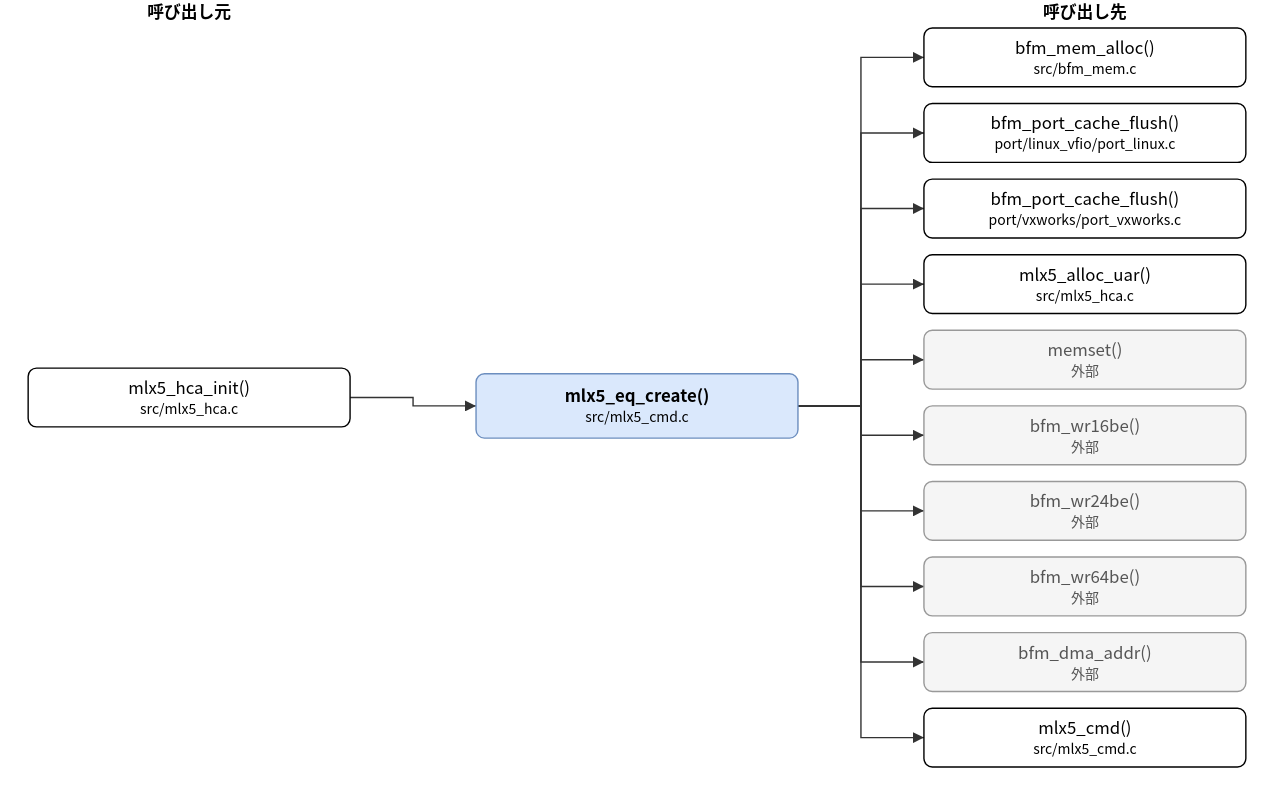
Earlier version of the draw.io export doc/spec/images/call_src_mlx5_cmd__mlx5_eq_create.drawio.svg (hf355051012-ai/bfmem). Source tidied: cells renumbered, new cells last; positions are measured from the earlier drawing's top-left corner, leaving out a move shared by most shapes. The source it was exported from:
```xml
<mxGraphModel>
  <root>
    <mxCell id="0" />
    <mxCell id="1" parent="0" />
    <mxCell id="2" value="mlx5_eq_create()&lt;br&gt;&lt;font style=&quot;font-size:10px&quot;&gt;src/mlx5_cmd.c&lt;/font&gt;" style="rounded=1;whiteSpace=wrap;html=1;fillColor=#dae8fc;strokeColor=#6c8ebf;fontStyle=1;" parent="1" vertex="1">
      <mxGeometry x="320" y="267" width="230" height="46" as="geometry" />
    </mxCell>
    <mxCell id="3" value="mlx5_hca_init()&lt;br&gt;&lt;font style=&quot;font-size:10px&quot;&gt;src/mlx5_hca.c&lt;/font&gt;" style="rounded=1;whiteSpace=wrap;html=1;" parent="1" vertex="1">
      <mxGeometry y="263" width="230" height="42" as="geometry" />
    </mxCell>
    <mxCell id="4" value="bfm_mem_alloc()&lt;br&gt;&lt;font style=&quot;font-size:10px&quot;&gt;src/bfm_mem.c&lt;/font&gt;" style="rounded=1;whiteSpace=wrap;html=1;" parent="1" vertex="1">
      <mxGeometry x="640" y="20" width="230" height="42" as="geometry" />
    </mxCell>
    <mxCell id="5" value="bfm_port_cache_flush()&lt;br&gt;&lt;font style=&quot;font-size:10px&quot;&gt;port/linux_vfio/port_linux.c&lt;/font&gt;" style="rounded=1;whiteSpace=wrap;html=1;" parent="1" vertex="1">
      <mxGeometry x="640" y="74" width="230" height="42" as="geometry" />
    </mxCell>
    <mxCell id="6" value="bfm_port_cache_flush()&lt;br&gt;&lt;font style=&quot;font-size:10px&quot;&gt;port/vxworks/port_vxworks.c&lt;/font&gt;" style="rounded=1;whiteSpace=wrap;html=1;" parent="1" vertex="1">
      <mxGeometry x="640" y="128" width="230" height="42" as="geometry" />
    </mxCell>
    <mxCell id="7" value="mlx5_alloc_uar()&lt;br&gt;&lt;font style=&quot;font-size:10px&quot;&gt;src/mlx5_hca.c&lt;/font&gt;" style="rounded=1;whiteSpace=wrap;html=1;" parent="1" vertex="1">
      <mxGeometry x="640" y="182" width="230" height="42" as="geometry" />
    </mxCell>
    <mxCell id="8" value="memset()&lt;br&gt;&lt;font style=&quot;font-size:10px&quot;&gt;外部&lt;/font&gt;" style="rounded=1;whiteSpace=wrap;html=1;fillColor=#f5f5f5;strokeColor=#999999;fontColor=#555555;" parent="1" vertex="1">
      <mxGeometry x="640" y="236" width="230" height="42" as="geometry" />
    </mxCell>
    <mxCell id="9" value="bfm_wr16be()&lt;br&gt;&lt;font style=&quot;font-size:10px&quot;&gt;外部&lt;/font&gt;" style="rounded=1;whiteSpace=wrap;html=1;fillColor=#f5f5f5;strokeColor=#999999;fontColor=#555555;" parent="1" vertex="1">
      <mxGeometry x="640" y="290" width="230" height="42" as="geometry" />
    </mxCell>
    <mxCell id="10" value="bfm_wr24be()&lt;br&gt;&lt;font style=&quot;font-size:10px&quot;&gt;外部&lt;/font&gt;" style="rounded=1;whiteSpace=wrap;html=1;fillColor=#f5f5f5;strokeColor=#999999;fontColor=#555555;" parent="1" vertex="1">
      <mxGeometry x="640" y="344" width="230" height="42" as="geometry" />
    </mxCell>
    <mxCell id="11" value="bfm_wr64be()&lt;br&gt;&lt;font style=&quot;font-size:10px&quot;&gt;外部&lt;/font&gt;" style="rounded=1;whiteSpace=wrap;html=1;fillColor=#f5f5f5;strokeColor=#999999;fontColor=#555555;" parent="1" vertex="1">
      <mxGeometry x="640" y="398" width="230" height="42" as="geometry" />
    </mxCell>
    <mxCell id="12" value="bfm_dma_addr()&lt;br&gt;&lt;font style=&quot;font-size:10px&quot;&gt;外部&lt;/font&gt;" style="rounded=1;whiteSpace=wrap;html=1;fillColor=#f5f5f5;strokeColor=#999999;fontColor=#555555;" parent="1" vertex="1">
      <mxGeometry x="640" y="452" width="230" height="42" as="geometry" />
    </mxCell>
    <mxCell id="13" value="mlx5_cmd()&lt;br&gt;&lt;font style=&quot;font-size:10px&quot;&gt;src/mlx5_cmd.c&lt;/font&gt;" style="rounded=1;whiteSpace=wrap;html=1;" parent="1" vertex="1">
      <mxGeometry x="640" y="506" width="230" height="42" as="geometry" />
    </mxCell>
    <mxCell id="14" style="edgeStyle=none;html=1;rounded=0;endArrow=block;endFill=1;exitX=1.0000;exitY=0.5000;exitDx=0;exitDy=0;exitPerimeter=0;entryX=0.0000;entryY=0.5000;entryDx=0;entryDy=0;entryPerimeter=0;" parent="1" edge="1" source="3" target="2">
      <mxGeometry relative="1" as="geometry">
        <Array as="points">
          <mxPoint x="275" y="284" />
          <mxPoint x="275" y="290" />
        </Array>
      </mxGeometry>
    </mxCell>
    <mxCell id="15" style="edgeStyle=none;html=1;rounded=0;endArrow=block;endFill=1;exitX=1.0000;exitY=0.5000;exitDx=0;exitDy=0;exitPerimeter=0;entryX=0.0000;entryY=0.5000;entryDx=0;entryDy=0;entryPerimeter=0;" parent="1" edge="1" source="2" target="4">
      <mxGeometry relative="1" as="geometry">
        <Array as="points">
          <mxPoint x="595" y="290" />
          <mxPoint x="595" y="41" />
        </Array>
      </mxGeometry>
    </mxCell>
    <mxCell id="16" style="edgeStyle=none;html=1;rounded=0;endArrow=block;endFill=1;exitX=1.0000;exitY=0.5000;exitDx=0;exitDy=0;exitPerimeter=0;entryX=0.0000;entryY=0.5000;entryDx=0;entryDy=0;entryPerimeter=0;" parent="1" edge="1" source="2" target="5">
      <mxGeometry relative="1" as="geometry">
        <Array as="points">
          <mxPoint x="595" y="290" />
          <mxPoint x="595" y="95" />
        </Array>
      </mxGeometry>
    </mxCell>
    <mxCell id="17" style="edgeStyle=none;html=1;rounded=0;endArrow=block;endFill=1;exitX=1.0000;exitY=0.5000;exitDx=0;exitDy=0;exitPerimeter=0;entryX=0.0000;entryY=0.5000;entryDx=0;entryDy=0;entryPerimeter=0;" parent="1" edge="1" source="2" target="6">
      <mxGeometry relative="1" as="geometry">
        <Array as="points">
          <mxPoint x="595" y="290" />
          <mxPoint x="595" y="149" />
        </Array>
      </mxGeometry>
    </mxCell>
    <mxCell id="18" style="edgeStyle=none;html=1;rounded=0;endArrow=block;endFill=1;exitX=1.0000;exitY=0.5000;exitDx=0;exitDy=0;exitPerimeter=0;entryX=0.0000;entryY=0.5000;entryDx=0;entryDy=0;entryPerimeter=0;" parent="1" edge="1" source="2" target="7">
      <mxGeometry relative="1" as="geometry">
        <Array as="points">
          <mxPoint x="595" y="290" />
          <mxPoint x="595" y="203" />
        </Array>
      </mxGeometry>
    </mxCell>
    <mxCell id="19" style="edgeStyle=none;html=1;rounded=0;endArrow=block;endFill=1;exitX=1.0000;exitY=0.5000;exitDx=0;exitDy=0;exitPerimeter=0;entryX=0.0000;entryY=0.5000;entryDx=0;entryDy=0;entryPerimeter=0;" parent="1" edge="1" source="2" target="8">
      <mxGeometry relative="1" as="geometry">
        <Array as="points">
          <mxPoint x="595" y="290" />
          <mxPoint x="595" y="257" />
        </Array>
      </mxGeometry>
    </mxCell>
    <mxCell id="20" style="edgeStyle=none;html=1;rounded=0;endArrow=block;endFill=1;exitX=1.0000;exitY=0.5000;exitDx=0;exitDy=0;exitPerimeter=0;entryX=0.0000;entryY=0.5000;entryDx=0;entryDy=0;entryPerimeter=0;" parent="1" edge="1" source="2" target="9">
      <mxGeometry relative="1" as="geometry">
        <Array as="points">
          <mxPoint x="595" y="290" />
          <mxPoint x="595" y="311" />
        </Array>
      </mxGeometry>
    </mxCell>
    <mxCell id="21" style="edgeStyle=none;html=1;rounded=0;endArrow=block;endFill=1;exitX=1.0000;exitY=0.5000;exitDx=0;exitDy=0;exitPerimeter=0;entryX=0.0000;entryY=0.5000;entryDx=0;entryDy=0;entryPerimeter=0;" parent="1" edge="1" source="2" target="10">
      <mxGeometry relative="1" as="geometry">
        <Array as="points">
          <mxPoint x="595" y="290" />
          <mxPoint x="595" y="365" />
        </Array>
      </mxGeometry>
    </mxCell>
    <mxCell id="22" style="edgeStyle=none;html=1;rounded=0;endArrow=block;endFill=1;exitX=1.0000;exitY=0.5000;exitDx=0;exitDy=0;exitPerimeter=0;entryX=0.0000;entryY=0.5000;entryDx=0;entryDy=0;entryPerimeter=0;" parent="1" edge="1" source="2" target="11">
      <mxGeometry relative="1" as="geometry">
        <Array as="points">
          <mxPoint x="595" y="290" />
          <mxPoint x="595" y="419" />
        </Array>
      </mxGeometry>
    </mxCell>
    <mxCell id="23" style="edgeStyle=none;html=1;rounded=0;endArrow=block;endFill=1;exitX=1.0000;exitY=0.5000;exitDx=0;exitDy=0;exitPerimeter=0;entryX=0.0000;entryY=0.5000;entryDx=0;entryDy=0;entryPerimeter=0;" parent="1" edge="1" source="2" target="12">
      <mxGeometry relative="1" as="geometry">
        <Array as="points">
          <mxPoint x="595" y="290" />
          <mxPoint x="595" y="473" />
        </Array>
      </mxGeometry>
    </mxCell>
    <mxCell id="24" style="edgeStyle=none;html=1;rounded=0;endArrow=block;endFill=1;exitX=1.0000;exitY=0.5000;exitDx=0;exitDy=0;exitPerimeter=0;entryX=0.0000;entryY=0.5000;entryDx=0;entryDy=0;entryPerimeter=0;" parent="1" edge="1" source="2" target="13">
      <mxGeometry relative="1" as="geometry">
        <Array as="points">
          <mxPoint x="595" y="290" />
          <mxPoint x="595" y="527" />
        </Array>
      </mxGeometry>
    </mxCell>
    <mxCell id="25" value="呼び出し元" style="text;html=1;align=center;fontStyle=1;" parent="1" vertex="1">
      <mxGeometry x="35" width="160" height="18" as="geometry" />
    </mxCell>
    <mxCell id="26" value="呼び出し先" style="text;html=1;align=center;fontStyle=1;" parent="1" vertex="1">
      <mxGeometry x="675" width="160" height="18" as="geometry" />
    </mxCell>
  </root>
</mxGraphModel>
```
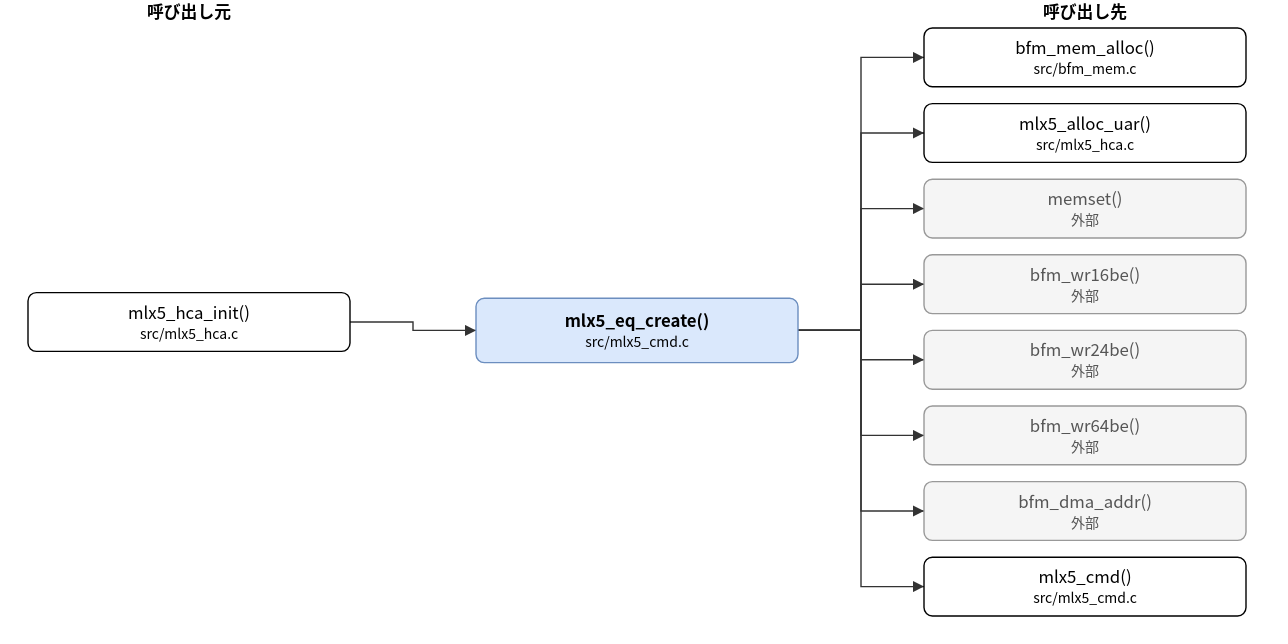
The same diagram one commit later.

The edit, as a diff of the source:
```diff
@@ -3,53 +3,47 @@
     <mxCell id="0" />
     <mxCell id="1" parent="0" />
     <mxCell id="2" value="mlx5_eq_create()&lt;br&gt;&lt;font style=&quot;font-size:10px&quot;&gt;src/mlx5_cmd.c&lt;/font&gt;" style="rounded=1;whiteSpace=wrap;html=1;fillColor=#dae8fc;strokeColor=#6c8ebf;fontStyle=1;" parent="1" vertex="1">
-      <mxGeometry x="320" y="267" width="230" height="46" as="geometry" />
+      <mxGeometry x="320" y="213" width="230" height="46" as="geometry" />
     </mxCell>
     <mxCell id="3" value="mlx5_hca_init()&lt;br&gt;&lt;font style=&quot;font-size:10px&quot;&gt;src/mlx5_hca.c&lt;/font&gt;" style="rounded=1;whiteSpace=wrap;html=1;" parent="1" vertex="1">
-      <mxGeometry y="263" width="230" height="42" as="geometry" />
+      <mxGeometry y="209" width="230" height="42" as="geometry" />
     </mxCell>
     <mxCell id="4" value="bfm_mem_alloc()&lt;br&gt;&lt;font style=&quot;font-size:10px&quot;&gt;src/bfm_mem.c&lt;/font&gt;" style="rounded=1;whiteSpace=wrap;html=1;" parent="1" vertex="1">
       <mxGeometry x="640" y="20" width="230" height="42" as="geometry" />
     </mxCell>
-    <mxCell id="5" value="bfm_port_cache_flush()&lt;br&gt;&lt;font style=&quot;font-size:10px&quot;&gt;port/linux_vfio/port_linux.c&lt;/font&gt;" style="rounded=1;whiteSpace=wrap;html=1;" parent="1" vertex="1">
+    <mxCell id="5" value="mlx5_alloc_uar()&lt;br&gt;&lt;font style=&quot;font-size:10px&quot;&gt;src/mlx5_hca.c&lt;/font&gt;" style="rounded=1;whiteSpace=wrap;html=1;" parent="1" vertex="1">
       <mxGeometry x="640" y="74" width="230" height="42" as="geometry" />
     </mxCell>
-    <mxCell id="6" value="bfm_port_cache_flush()&lt;br&gt;&lt;font style=&quot;font-size:10px&quot;&gt;port/vxworks/port_vxworks.c&lt;/font&gt;" style="rounded=1;whiteSpace=wrap;html=1;" parent="1" vertex="1">
+    <mxCell id="6" value="memset()&lt;br&gt;&lt;font style=&quot;font-size:10px&quot;&gt;外部&lt;/font&gt;" style="rounded=1;whiteSpace=wrap;html=1;fillColor=#f5f5f5;strokeColor=#999999;fontColor=#555555;" parent="1" vertex="1">
       <mxGeometry x="640" y="128" width="230" height="42" as="geometry" />
     </mxCell>
-    <mxCell id="7" value="mlx5_alloc_uar()&lt;br&gt;&lt;font style=&quot;font-size:10px&quot;&gt;src/mlx5_hca.c&lt;/font&gt;" style="rounded=1;whiteSpace=wrap;html=1;" parent="1" vertex="1">
+    <mxCell id="7" value="bfm_wr16be()&lt;br&gt;&lt;font style=&quot;font-size:10px&quot;&gt;外部&lt;/font&gt;" style="rounded=1;whiteSpace=wrap;html=1;fillColor=#f5f5f5;strokeColor=#999999;fontColor=#555555;" parent="1" vertex="1">
       <mxGeometry x="640" y="182" width="230" height="42" as="geometry" />
     </mxCell>
-    <mxCell id="8" value="memset()&lt;br&gt;&lt;font style=&quot;font-size:10px&quot;&gt;外部&lt;/font&gt;" style="rounded=1;whiteSpace=wrap;html=1;fillColor=#f5f5f5;strokeColor=#999999;fontColor=#555555;" parent="1" vertex="1">
+    <mxCell id="8" value="bfm_wr24be()&lt;br&gt;&lt;font style=&quot;font-size:10px&quot;&gt;外部&lt;/font&gt;" style="rounded=1;whiteSpace=wrap;html=1;fillColor=#f5f5f5;strokeColor=#999999;fontColor=#555555;" parent="1" vertex="1">
       <mxGeometry x="640" y="236" width="230" height="42" as="geometry" />
     </mxCell>
-    <mxCell id="9" value="bfm_wr16be()&lt;br&gt;&lt;font style=&quot;font-size:10px&quot;&gt;外部&lt;/font&gt;" style="rounded=1;whiteSpace=wrap;html=1;fillColor=#f5f5f5;strokeColor=#999999;fontColor=#555555;" parent="1" vertex="1">
+    <mxCell id="9" value="bfm_wr64be()&lt;br&gt;&lt;font style=&quot;font-size:10px&quot;&gt;外部&lt;/font&gt;" style="rounded=1;whiteSpace=wrap;html=1;fillColor=#f5f5f5;strokeColor=#999999;fontColor=#555555;" parent="1" vertex="1">
       <mxGeometry x="640" y="290" width="230" height="42" as="geometry" />
     </mxCell>
-    <mxCell id="10" value="bfm_wr24be()&lt;br&gt;&lt;font style=&quot;font-size:10px&quot;&gt;外部&lt;/font&gt;" style="rounded=1;whiteSpace=wrap;html=1;fillColor=#f5f5f5;strokeColor=#999999;fontColor=#555555;" parent="1" vertex="1">
+    <mxCell id="10" value="bfm_dma_addr()&lt;br&gt;&lt;font style=&quot;font-size:10px&quot;&gt;外部&lt;/font&gt;" style="rounded=1;whiteSpace=wrap;html=1;fillColor=#f5f5f5;strokeColor=#999999;fontColor=#555555;" parent="1" vertex="1">
       <mxGeometry x="640" y="344" width="230" height="42" as="geometry" />
     </mxCell>
-    <mxCell id="11" value="bfm_wr64be()&lt;br&gt;&lt;font style=&quot;font-size:10px&quot;&gt;外部&lt;/font&gt;" style="rounded=1;whiteSpace=wrap;html=1;fillColor=#f5f5f5;strokeColor=#999999;fontColor=#555555;" parent="1" vertex="1">
+    <mxCell id="11" value="mlx5_cmd()&lt;br&gt;&lt;font style=&quot;font-size:10px&quot;&gt;src/mlx5_cmd.c&lt;/font&gt;" style="rounded=1;whiteSpace=wrap;html=1;" parent="1" vertex="1">
       <mxGeometry x="640" y="398" width="230" height="42" as="geometry" />
     </mxCell>
-    <mxCell id="12" value="bfm_dma_addr()&lt;br&gt;&lt;font style=&quot;font-size:10px&quot;&gt;外部&lt;/font&gt;" style="rounded=1;whiteSpace=wrap;html=1;fillColor=#f5f5f5;strokeColor=#999999;fontColor=#555555;" parent="1" vertex="1">
-      <mxGeometry x="640" y="452" width="230" height="42" as="geometry" />
-    </mxCell>
-    <mxCell id="13" value="mlx5_cmd()&lt;br&gt;&lt;font style=&quot;font-size:10px&quot;&gt;src/mlx5_cmd.c&lt;/font&gt;" style="rounded=1;whiteSpace=wrap;html=1;" parent="1" vertex="1">
-      <mxGeometry x="640" y="506" width="230" height="42" as="geometry" />
-    </mxCell>
     <mxCell id="14" style="edgeStyle=none;html=1;rounded=0;endArrow=block;endFill=1;exitX=1.0000;exitY=0.5000;exitDx=0;exitDy=0;exitPerimeter=0;entryX=0.0000;entryY=0.5000;entryDx=0;entryDy=0;entryPerimeter=0;" parent="1" edge="1" source="3" target="2">
       <mxGeometry relative="1" as="geometry">
         <Array as="points">
-          <mxPoint x="275" y="284" />
-          <mxPoint x="275" y="290" />
+          <mxPoint x="275" y="230" />
+          <mxPoint x="275" y="236" />
         </Array>
       </mxGeometry>
     </mxCell>
     <mxCell id="15" style="edgeStyle=none;html=1;rounded=0;endArrow=block;endFill=1;exitX=1.0000;exitY=0.5000;exitDx=0;exitDy=0;exitPerimeter=0;entryX=0.0000;entryY=0.5000;entryDx=0;entryDy=0;entryPerimeter=0;" parent="1" edge="1" source="2" target="4">
       <mxGeometry relative="1" as="geometry">
         <Array as="points">
-          <mxPoint x="595" y="290" />
+          <mxPoint x="595" y="236" />
           <mxPoint x="595" y="41" />
         </Array>
       </mxGeometry>
@@ -57,7 +51,7 @@
     <mxCell id="16" style="edgeStyle=none;html=1;rounded=0;endArrow=block;endFill=1;exitX=1.0000;exitY=0.5000;exitDx=0;exitDy=0;exitPerimeter=0;entryX=0.0000;entryY=0.5000;entryDx=0;entryDy=0;entryPerimeter=0;" parent="1" edge="1" source="2" target="5">
       <mxGeometry relative="1" as="geometry">
         <Array as="points">
-          <mxPoint x="595" y="290" />
+          <mxPoint x="595" y="236" />
           <mxPoint x="595" y="95" />
         </Array>
       </mxGeometry>
@@ -65,7 +59,7 @@
     <mxCell id="17" style="edgeStyle=none;html=1;rounded=0;endArrow=block;endFill=1;exitX=1.0000;exitY=0.5000;exitDx=0;exitDy=0;exitPerimeter=0;entryX=0.0000;entryY=0.5000;entryDx=0;entryDy=0;entryPerimeter=0;" parent="1" edge="1" source="2" target="6">
       <mxGeometry relative="1" as="geometry">
         <Array as="points">
-          <mxPoint x="595" y="290" />
+          <mxPoint x="595" y="236" />
           <mxPoint x="595" y="149" />
         </Array>
       </mxGeometry>
@@ -73,7 +67,7 @@
     <mxCell id="18" style="edgeStyle=none;html=1;rounded=0;endArrow=block;endFill=1;exitX=1.0000;exitY=0.5000;exitDx=0;exitDy=0;exitPerimeter=0;entryX=0.0000;entryY=0.5000;entryDx=0;entryDy=0;entryPerimeter=0;" parent="1" edge="1" source="2" target="7">
       <mxGeometry relative="1" as="geometry">
         <Array as="points">
-          <mxPoint x="595" y="290" />
+          <mxPoint x="595" y="236" />
           <mxPoint x="595" y="203" />
         </Array>
       </mxGeometry>
@@ -81,7 +75,7 @@
     <mxCell id="19" style="edgeStyle=none;html=1;rounded=0;endArrow=block;endFill=1;exitX=1.0000;exitY=0.5000;exitDx=0;exitDy=0;exitPerimeter=0;entryX=0.0000;entryY=0.5000;entryDx=0;entryDy=0;entryPerimeter=0;" parent="1" edge="1" source="2" target="8">
       <mxGeometry relative="1" as="geometry">
         <Array as="points">
-          <mxPoint x="595" y="290" />
+          <mxPoint x="595" y="236" />
           <mxPoint x="595" y="257" />
         </Array>
       </mxGeometry>
@@ -89,7 +83,7 @@
     <mxCell id="20" style="edgeStyle=none;html=1;rounded=0;endArrow=block;endFill=1;exitX=1.0000;exitY=0.5000;exitDx=0;exitDy=0;exitPerimeter=0;entryX=0.0000;entryY=0.5000;entryDx=0;entryDy=0;entryPerimeter=0;" parent="1" edge="1" source="2" target="9">
       <mxGeometry relative="1" as="geometry">
         <Array as="points">
-          <mxPoint x="595" y="290" />
+          <mxPoint x="595" y="236" />
           <mxPoint x="595" y="311" />
         </Array>
       </mxGeometry>
@@ -97,7 +91,7 @@
     <mxCell id="21" style="edgeStyle=none;html=1;rounded=0;endArrow=block;endFill=1;exitX=1.0000;exitY=0.5000;exitDx=0;exitDy=0;exitPerimeter=0;entryX=0.0000;entryY=0.5000;entryDx=0;entryDy=0;entryPerimeter=0;" parent="1" edge="1" source="2" target="10">
       <mxGeometry relative="1" as="geometry">
         <Array as="points">
-          <mxPoint x="595" y="290" />
+          <mxPoint x="595" y="236" />
           <mxPoint x="595" y="365" />
         </Array>
       </mxGeometry>
@@ -105,27 +99,11 @@
     <mxCell id="22" style="edgeStyle=none;html=1;rounded=0;endArrow=block;endFill=1;exitX=1.0000;exitY=0.5000;exitDx=0;exitDy=0;exitPerimeter=0;entryX=0.0000;entryY=0.5000;entryDx=0;entryDy=0;entryPerimeter=0;" parent="1" edge="1" source="2" target="11">
       <mxGeometry relative="1" as="geometry">
         <Array as="points">
-          <mxPoint x="595" y="290" />
+          <mxPoint x="595" y="236" />
           <mxPoint x="595" y="419" />
         </Array>
       </mxGeometry>
     </mxCell>
-    <mxCell id="23" style="edgeStyle=none;html=1;rounded=0;endArrow=block;endFill=1;exitX=1.0000;exitY=0.5000;exitDx=0;exitDy=0;exitPerimeter=0;entryX=0.0000;entryY=0.5000;entryDx=0;entryDy=0;entryPerimeter=0;" parent="1" edge="1" source="2" target="12">
-      <mxGeometry relative="1" as="geometry">
-        <Array as="points">
-          <mxPoint x="595" y="290" />
-          <mxPoint x="595" y="473" />
-        </Array>
-      </mxGeometry>
-    </mxCell>
-    <mxCell id="24" style="edgeStyle=none;html=1;rounded=0;endArrow=block;endFill=1;exitX=1.0000;exitY=0.5000;exitDx=0;exitDy=0;exitPerimeter=0;entryX=0.0000;entryY=0.5000;entryDx=0;entryDy=0;entryPerimeter=0;" parent="1" edge="1" source="2" target="13">
-      <mxGeometry relative="1" as="geometry">
-        <Array as="points">
-          <mxPoint x="595" y="290" />
-          <mxPoint x="595" y="527" />
-        </Array>
-      </mxGeometry>
-    </mxCell>
     <mxCell id="25" value="呼び出し元" style="text;html=1;align=center;fontStyle=1;" parent="1" vertex="1">
       <mxGeometry x="35" width="160" height="18" as="geometry" />
     </mxCell>
```
